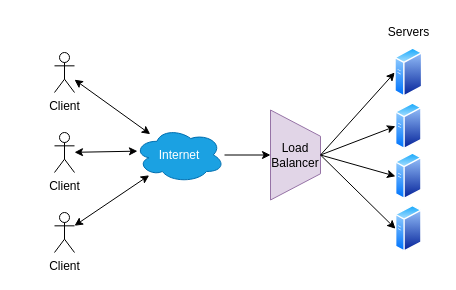
The draw.io diagram page "LoadBalancer" (7 of 8) of 5th-semester/daw/docs/daw-diagrams.drawio in andre-j3sus/isel-leic-notes, before the edit. Source tidied: cells renumbered, new cells numbered last; positions are measured from the earlier drawing's top-left corner, leaving out a move shared by most shapes. Both pictures are drawn from the tidied source at 100%, with x=0, y=0 at pixel (54, 17).
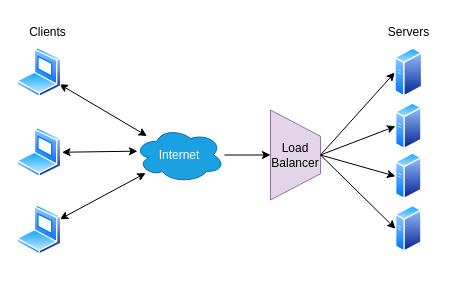
The same page after the edit.

Unchanged cells that the change refers to:
```xml
<mxCell id="16" value="Internet" style="ellipse;shape=cloud;whiteSpace=wrap;html=1;fillColor=#1ba1e2;strokeColor=#006EAF;fontColor=#ffffff;" parent="1" vertex="1">
  <mxGeometry x="80" y="110" width="90" height="55" as="geometry" />
</mxCell>
```

What changed in the source:
```diff
@@
-    <mxCell id="7" style="edgeStyle=none;rounded=0;jettySize=auto;html=1;entryX=0.033;entryY=0.43;entryDx=0;entryDy=0;startArrow=classic;startFill=1;entryPerimeter=0;" parent="1" edge="1" source="8" target="16">
+    <mxCell id="7" style="edgeStyle=none;rounded=0;jettySize=auto;html=1;entryX=0.033;entryY=0.43;entryDx=0;entryDy=0;startArrow=classic;startFill=1;entryPerimeter=0;" parent="1" edge="1" source="22" target="16">
       <mxGeometry relative="1" as="geometry" />
     </mxCell>
-    <mxCell id="8" value="Client" style="shape=umlActor;verticalLabelPosition=bottom;verticalAlign=top;html=1;outlineConnect=0;" parent="1" vertex="1">
-      <mxGeometry y="115" width="20" height="40" as="geometry" />
-    </mxCell>
-    <mxCell id="9" style="edgeStyle=none;rounded=0;jettySize=auto;html=1;startArrow=classic;startFill=1;" parent="1" edge="1" source="10" target="16">
+    <mxCell id="9" style="edgeStyle=none;rounded=0;jettySize=auto;html=1;startArrow=classic;startFill=1;" parent="1" edge="1" source="20" target="16">
       <mxGeometry relative="1" as="geometry" />
     </mxCell>
-    <mxCell id="10" value="Client" style="shape=umlActor;verticalLabelPosition=bottom;verticalAlign=top;html=1;outlineConnect=0;" parent="1" vertex="1">
-      <mxGeometry y="35" width="20" height="40" as="geometry" />
-    </mxCell>
-    <mxCell id="11" style="edgeStyle=none;rounded=0;jettySize=auto;html=1;startArrow=classic;startFill=1;" parent="1" edge="1" source="12" target="16">
+    <mxCell id="11" style="edgeStyle=none;rounded=0;jettySize=auto;html=1;startArrow=classic;startFill=1;" parent="1" edge="1" source="23" target="16">
       <mxGeometry relative="1" as="geometry" />
     </mxCell>
-    <mxCell id="12" value="Client" style="shape=umlActor;verticalLabelPosition=bottom;verticalAlign=top;html=1;outlineConnect=0;" parent="1" vertex="1">
-      <mxGeometry y="195" width="20" height="40" as="geometry" />
-    </mxCell>
@@
+    <mxCell id="20" style="perimeter=ellipsePerimeter;html=1;align=center;shadow=0;dashed=0;spacingTop=3;image;image=img/lib/active_directory/laptop_client.svg;" parent="1" vertex="1">
+      <mxGeometry x="-37.5" y="30" width="45" height="50" as="geometry" />
+    </mxCell>
+    <mxCell id="21" value="Clients" style="text;html=1;align=center;verticalAlign=middle;strokeColor=none;fillColor=none;" parent="1" vertex="1">
+      <mxGeometry x="-37.5" width="60" height="30" as="geometry" />
+    </mxCell>
+    <mxCell id="22" style="perimeter=ellipsePerimeter;html=1;align=center;shadow=0;dashed=0;spacingTop=3;image;image=img/lib/active_directory/laptop_client.svg;" parent="1" vertex="1">
+      <mxGeometry x="-37.5" y="110" width="45" height="50" as="geometry" />
+    </mxCell>
+    <mxCell id="23" style="perimeter=ellipsePerimeter;html=1;align=center;shadow=0;dashed=0;spacingTop=3;image;image=img/lib/active_directory/laptop_client.svg;" parent="1" vertex="1">
+      <mxGeometry x="-37.5" y="187.5" width="45" height="50" as="geometry" />
+    </mxCell>
```
